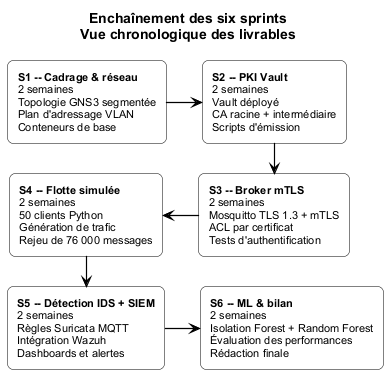
Earlier version of the PlantUML export documentation/rapport4/diagrams/diag-scrum-sprints.png (AmineGhannouchi/PFE-IoT-Security-TT).
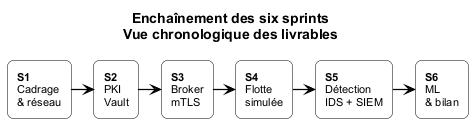
The same diagram one commit later.

Change to the diagram source:
```diff
@@ -6,8 +6,8 @@
 skinparam shadowing false
 skinparam monochrome true
 skinparam linetype ortho
-skinparam nodesep 35
-skinparam ranksep 30
+skinparam nodesep 22
+skinparam ranksep 20
 skinparam rectangle {
   BorderColor Black
   BackgroundColor White
@@ -19,17 +19,17 @@
 
 title Enchaînement des six sprints\nVue chronologique des livrables
 
-rectangle "**S1 -- Cadrage & réseau**\n2 semaines\nTopologie GNS3 segmentée\nPlan d'adressage VLAN\nConteneurs de base" as S1
-rectangle "**S2 -- PKI Vault**\n2 semaines\nVault déployé\nCA racine + intermédiaire\nScripts d'émission" as S2
-rectangle "**S3 -- Broker mTLS**\n2 semaines\nMosquitto TLS 1.3 + mTLS\nACL par certificat\nTests d'authentification" as S3
-rectangle "**S4 -- Flotte simulée**\n2 semaines\n50 clients Python\nGénération de trafic\nRejeu de 76 000 messages" as S4
-rectangle "**S5 -- Détection IDS + SIEM**\n2 semaines\nRègles Suricata MQTT\nIntégration Wazuh\nDashboards et alertes" as S5
-rectangle "**S6 -- ML & bilan**\n2 semaines\nIsolation Forest + Random Forest\nÉvaluation des performances\nRédaction finale" as S6
+rectangle "**S1**\nCadrage\n& réseau" as S1
+rectangle "**S2**\nPKI\nVault" as S2
+rectangle "**S3**\nBroker\nmTLS" as S3
+rectangle "**S4**\nFlotte\nsimulée" as S4
+rectangle "**S5**\nDétection\nIDS + SIEM" as S5
+rectangle "**S6**\nML\n& bilan" as S6
 
 S1 -right-> S2
-S2 -down-> S3
-S3 -left-> S4
-S4 -down-> S5
+S2 -right-> S3
+S3 -right-> S4
+S4 -right-> S5
 S5 -right-> S6
 
 @enduml
```
